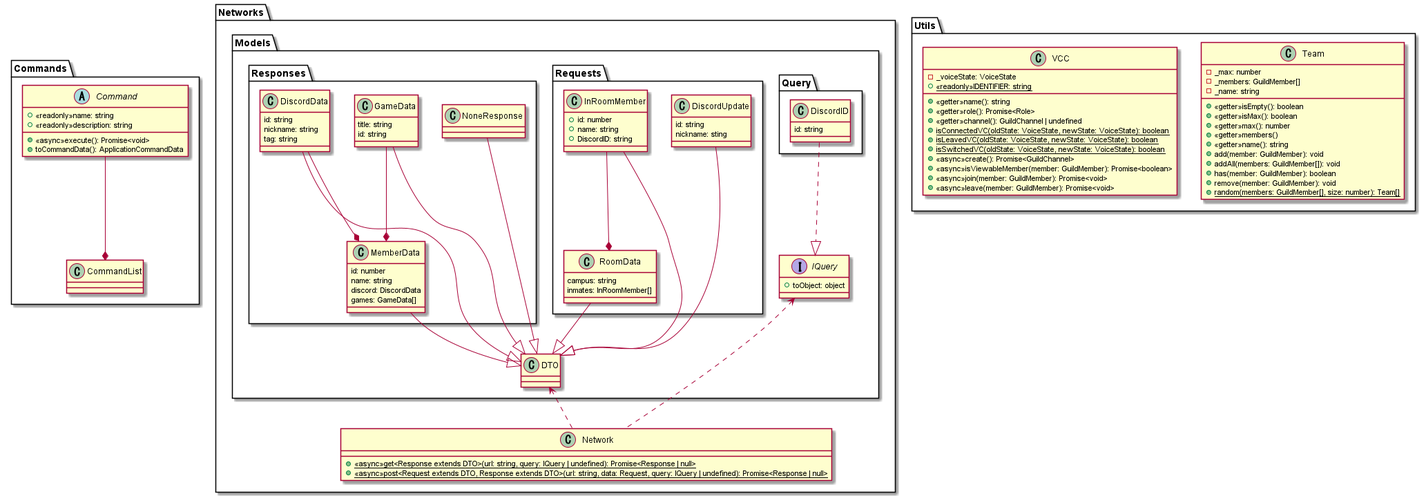
Earlier version of the PlantUML export out/classDiaglam/Discord-bot.png (nmskm240/Discord-bot).
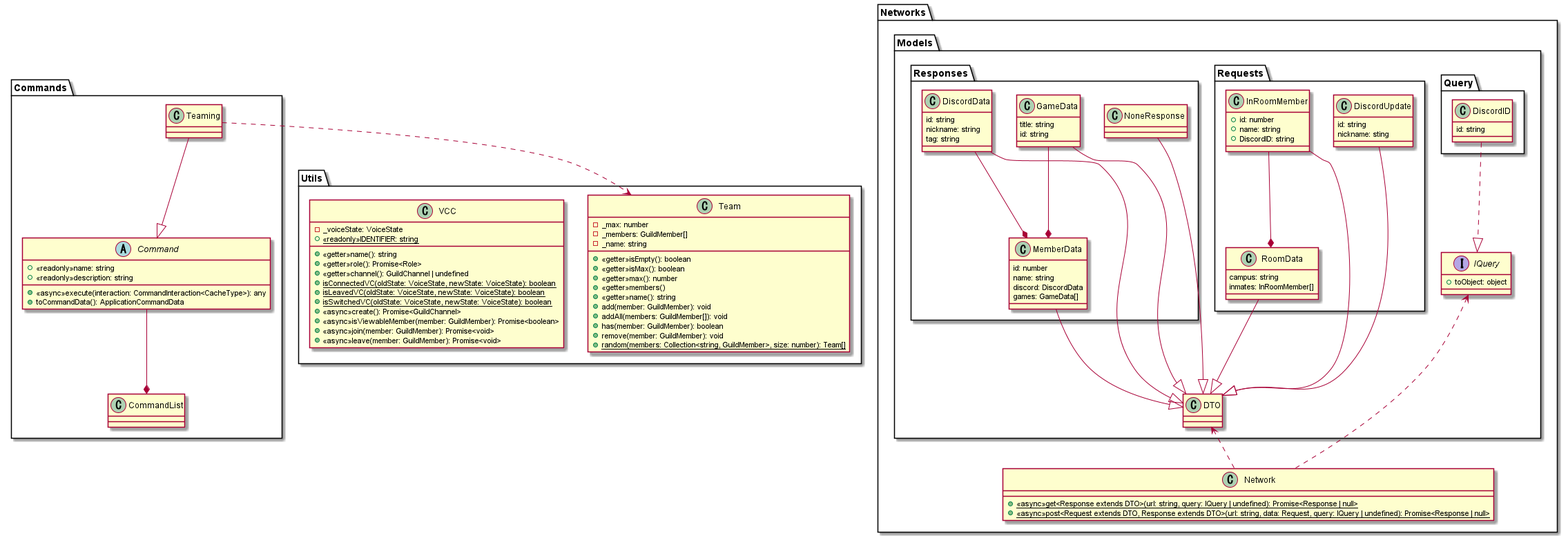
The same diagram one commit later.

Commit message:
create teaming command

The edit, as a diff of the source:
```diff
@@ -6,11 +6,11 @@
     {
         +<<readonly>>name: string
         +<<readonly>>description: string
-        +<<async>>execute(): Promise<void>
+        +<<async>>execute(interaction: CommandInteraction<CacheType>): any
         +toCommandData(): ApplicationCommandData
     }
-
     class CommandList
+    class Teaming
 }
 
 package Networks
@@ -102,7 +102,7 @@
         +addAll(members: GuildMember[]): void
         +has(member: GuildMember): boolean
         +remove(member: GuildMember): void
-        +{static}random(members: GuildMember[], size: number): Team[]
+        +{static}random(members: Collection<string, GuildMember>, size: number): Team[]
     }
 
     class VCC
@@ -122,6 +122,8 @@
     }
 }
 
+Teaming --|> Command
+
 DiscordUpdate --|> DTO
 InRoomMember --|> DTO
 RoomData --|> DTO
@@ -137,6 +139,7 @@
 GameData --* MemberData
 DiscordData --* MemberData
 
+Teaming .down.> Team
 Network .up.> IQuery
 Network .up.> DTO
 
```
